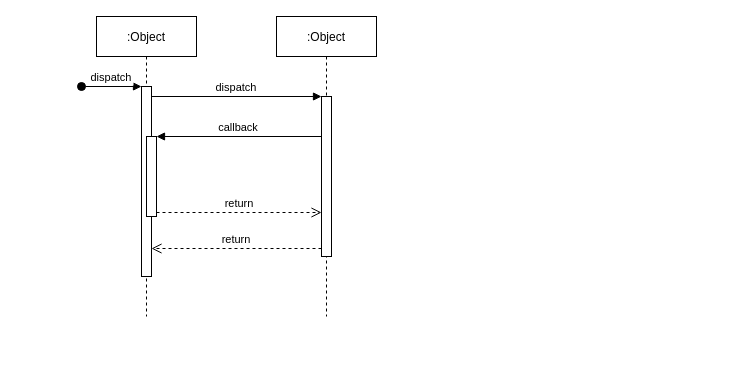
caio-bueno/draws-valid keeps this draw.io diagram as Multichannel Integration API.drawio. Above is the earlier version. Source tidied: cells renumbered, new cells numbered last; positions are measured from the earlier drawing's top-left corner, leaving out a move shared by most shapes. Both pictures are drawn from the tidied source at 100%, with x=0, y=0 at pixel (81, 16).
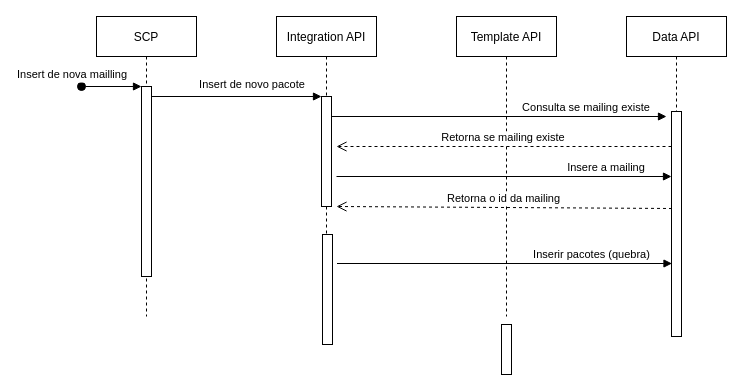
The same page after the edit.

Unchanged cells that the change refers to:
```xml
<mxCell id="3" style="points=[];perimeter=orthogonalPerimeter;rounded=0;shadow=0;strokeWidth=1;" parent="2" vertex="1">
  <mxGeometry x="45" y="70" width="10" height="190" as="geometry" />
</mxCell>
```

Diff of the diagram source:
```diff
@@
-    <mxCell id="2" value=":Object" style="shape=umlLifeline;perimeter=lifelinePerimeter;rounded=0;shadow=0;strokeWidth=1;" parent="1" vertex="1">
+    <mxCell id="2" value="SCP" style="shape=umlLifeline;perimeter=lifelinePerimeter;rounded=0;shadow=0;strokeWidth=1;" parent="1" vertex="1">
       <mxGeometry x="15" width="100" height="300" as="geometry" />
     </mxCell>
@@
-    <mxCell id="4" value="dispatch" style="verticalAlign=bottom;startArrow=oval;endArrow=block;startSize=8;shadow=0;strokeWidth=1;" parent="2" edge="1" target="3">
-      <mxGeometry relative="1" as="geometry">
+    <mxCell id="4" value="Insert de nova mailling" style="verticalAlign=bottom;startArrow=oval;endArrow=block;startSize=8;shadow=0;strokeWidth=1;" parent="2" edge="1" target="3">
+      <mxGeometry x="-1" y="9" relative="1" as="geometry">
         <mxPoint x="-15" y="70" as="sourcePoint" />
+        <mxPoint x="-9" y="6" as="offset" />
       </mxGeometry>
     </mxCell>
-    <mxCell id="5" style="points=[];perimeter=orthogonalPerimeter;rounded=0;shadow=0;strokeWidth=1;" parent="2" vertex="1">
-      <mxGeometry x="50" y="120" width="10" height="80" as="geometry" />
-    </mxCell>
-    <mxCell id="6" value=":Object" style="shape=umlLifeline;perimeter=lifelinePerimeter;rounded=0;shadow=0;strokeWidth=1;" parent="1" vertex="1">
-      <mxGeometry x="195" width="100" height="300" as="geometry" />
+    <mxCell id="6" value="Integration API" style="shape=umlLifeline;perimeter=lifelinePerimeter;rounded=0;shadow=0;strokeWidth=1;" parent="1" vertex="1">
+      <mxGeometry x="195" width="100" height="328" as="geometry" />
     </mxCell>
     <mxCell id="7" style="points=[];perimeter=orthogonalPerimeter;rounded=0;shadow=0;strokeWidth=1;" parent="6" vertex="1">
-      <mxGeometry x="45" y="80" width="10" height="160" as="geometry" />
+      <mxGeometry x="45" y="80" width="10" height="110" as="geometry" />
     </mxCell>
-    <mxCell id="8" value="return" style="verticalAlign=bottom;endArrow=open;dashed=1;endSize=8;exitX=0;exitY=0.95;shadow=0;strokeWidth=1;" parent="1" edge="1" source="7" target="3">
-      <mxGeometry relative="1" as="geometry" />
-    </mxCell>
+    <mxCell id="12" style="perimeter=orthogonalPerimeter;rounded=0;shadow=0;strokeWidth=1;" parent="6" vertex="1">
+      <mxGeometry x="46" y="218" width="10" height="110" as="geometry" />
+    </mxCell>
-    <mxCell id="9" value="dispatch" style="verticalAlign=bottom;endArrow=block;entryX=0;entryY=0;shadow=0;strokeWidth=1;" parent="1" edge="1" source="3" target="7">
-      <mxGeometry relative="1" as="geometry" />
+    <mxCell id="9" value="Insert de novo pacote" style="verticalAlign=bottom;endArrow=block;entryX=0;entryY=0;shadow=0;strokeWidth=1;" parent="1" edge="1" source="3" target="7">
+      <mxGeometry x="0.19" y="3" relative="1" as="geometry" />
     </mxCell>
-    <mxCell id="10" value="callback" style="verticalAlign=bottom;endArrow=block;entryX=1;entryY=0;shadow=0;strokeWidth=1;" parent="1" edge="1" source="7" target="5">
-      <mxGeometry relative="1" as="geometry" />
-    </mxCell>
-    <mxCell id="11" value="return" style="verticalAlign=bottom;endArrow=open;dashed=1;endSize=8;exitX=1;exitY=0.95;shadow=0;strokeWidth=1;" parent="1" edge="1" source="5" target="7">
-      <mxGeometry relative="1" as="geometry" />
-    </mxCell>
+    <mxCell id="13" value="Template API" style="shape=umlLifeline;perimeter=lifelinePerimeter;rounded=0;shadow=0;strokeWidth=1;" parent="1" vertex="1">
+      <mxGeometry x="375" width="100" height="300" as="geometry" />
+    </mxCell>
+    <mxCell id="14" style="perimeter=orthogonalPerimeter;rounded=0;shadow=0;strokeWidth=1;" parent="13" vertex="1">
+      <mxGeometry x="45" y="308" width="10" height="50" as="geometry" />
+    </mxCell>
+    <mxCell id="15" value="Consulta se mailing existe" style="verticalAlign=bottom;endArrow=block;shadow=0;strokeWidth=1;" parent="13" edge="1">
+      <mxGeometry x="0.52" relative="1" as="geometry">
+        <mxPoint x="-125" y="100" as="sourcePoint" />
+        <mxPoint x="210" y="100" as="targetPoint" />
+      </mxGeometry>
+    </mxCell>
+    <mxCell id="16" value="Retorna se mailing existe" style="verticalAlign=bottom;endArrow=open;dashed=1;endSize=8;exitX=0;exitY=0.95;shadow=0;strokeWidth=1;" parent="13" edge="1">
+      <mxGeometry relative="1" as="geometry">
+        <mxPoint x="215" y="130" as="sourcePoint" />
+        <mxPoint x="-120" y="130" as="targetPoint" />
+      </mxGeometry>
+    </mxCell>
+    <mxCell id="17" value="Data API" style="shape=umlLifeline;perimeter=lifelinePerimeter;rounded=0;shadow=0;strokeWidth=1;" parent="1" vertex="1">
+      <mxGeometry x="545" width="100" height="320" as="geometry" />
+    </mxCell>
+    <mxCell id="18" style="perimeter=orthogonalPerimeter;rounded=0;shadow=0;strokeWidth=1;" parent="17" vertex="1">
+      <mxGeometry x="45" y="95" width="10" height="225" as="geometry" />
+    </mxCell>
+    <mxCell id="19" value="Insere a mailing" style="verticalAlign=bottom;endArrow=block;shadow=0;strokeWidth=1;" parent="1" edge="1">
+      <mxGeometry x="0.61" relative="1" as="geometry">
+        <mxPoint x="255" y="160" as="sourcePoint" />
+        <mxPoint x="590" y="160" as="targetPoint" />
+      </mxGeometry>
+    </mxCell>
+    <mxCell id="20" value="Retorna o id da mailing" style="verticalAlign=bottom;endArrow=open;dashed=1;endSize=8;exitX=0;exitY=0.95;shadow=0;strokeWidth=1;" parent="1" edge="1">
+      <mxGeometry relative="1" as="geometry">
+        <mxPoint x="590.5" y="192" as="sourcePoint" />
+        <mxPoint x="255" y="190" as="targetPoint" />
+      </mxGeometry>
+    </mxCell>
+    <mxCell id="21" value="Inserir pacotes (quebra)" style="verticalAlign=bottom;endArrow=block;shadow=0;strokeWidth=1;" parent="1" edge="1">
+      <mxGeometry x="0.52" relative="1" as="geometry">
+        <mxPoint x="255.5" y="247" as="sourcePoint" />
+        <mxPoint x="590.5" y="247" as="targetPoint" />
+      </mxGeometry>
+    </mxCell>
```
